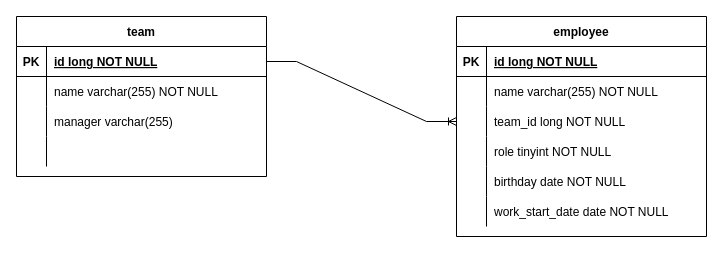
HyeongSeop-Kim/warming-up-study-assignment keeps this draw.io diagram as mini-project/document/ERD.drawio. Above is the earlier version. Source tidied: cells renumbered, new cells numbered last; positions are measured from the earlier drawing's top-left corner, leaving out a move shared by most shapes. Both pictures are drawn from the tidied source at 100%, with x=0, y=0 at pixel (16, 16).
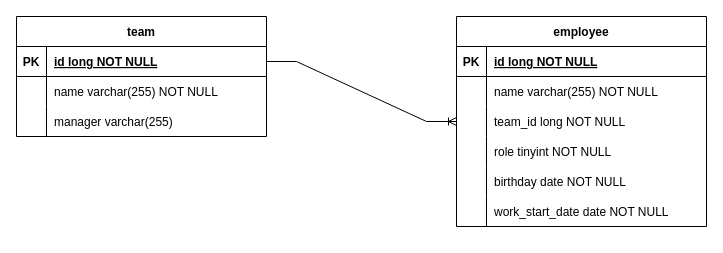
After the change.

Commit message:
DOCU: ERD 업데이트

What changed in the source:
```diff
@@
     <mxCell id="2" value="team" style="shape=table;startSize=30;childLayout=tableLayout;rowLines=0;fontStyle=1;align=center;" parent="1" vertex="1">
-      <mxGeometry width="250" height="160" as="geometry" />
+      <mxGeometry width="250" height="120" as="geometry" />
     </mxCell>
@@
-    <mxCell id="12" style="shape=partialRectangle;fillColor=none;top=0;left=0;right=0;bottom=0;" parent="2" vertex="1">
-      <mxGeometry y="120" width="250" height="30" as="geometry" />
-    </mxCell>
-    <mxCell id="13" style="shape=partialRectangle;overflow=hidden;fillColor=none;top=0;left=0;bottom=0;right=0;" parent="12" vertex="1">
-      <mxGeometry width="30" height="30" as="geometry" />
-    </mxCell>
-    <mxCell id="14" style="shape=partialRectangle;overflow=hidden;fillColor=none;top=0;left=0;bottom=0;right=0;align=left;spacingLeft=6;" parent="12" vertex="1">
-      <mxGeometry x="30" width="220" height="30" as="geometry" />
-    </mxCell>
     <mxCell id="15" value="employee" style="shape=table;startSize=30;childLayout=tableLayout;rowLines=0;fontStyle=1;align=center;" parent="1" vertex="1">
-      <mxGeometry x="440" width="250" height="220" as="geometry" />
+      <mxGeometry x="440" width="250" height="210" as="geometry" />
     </mxCell>
```
